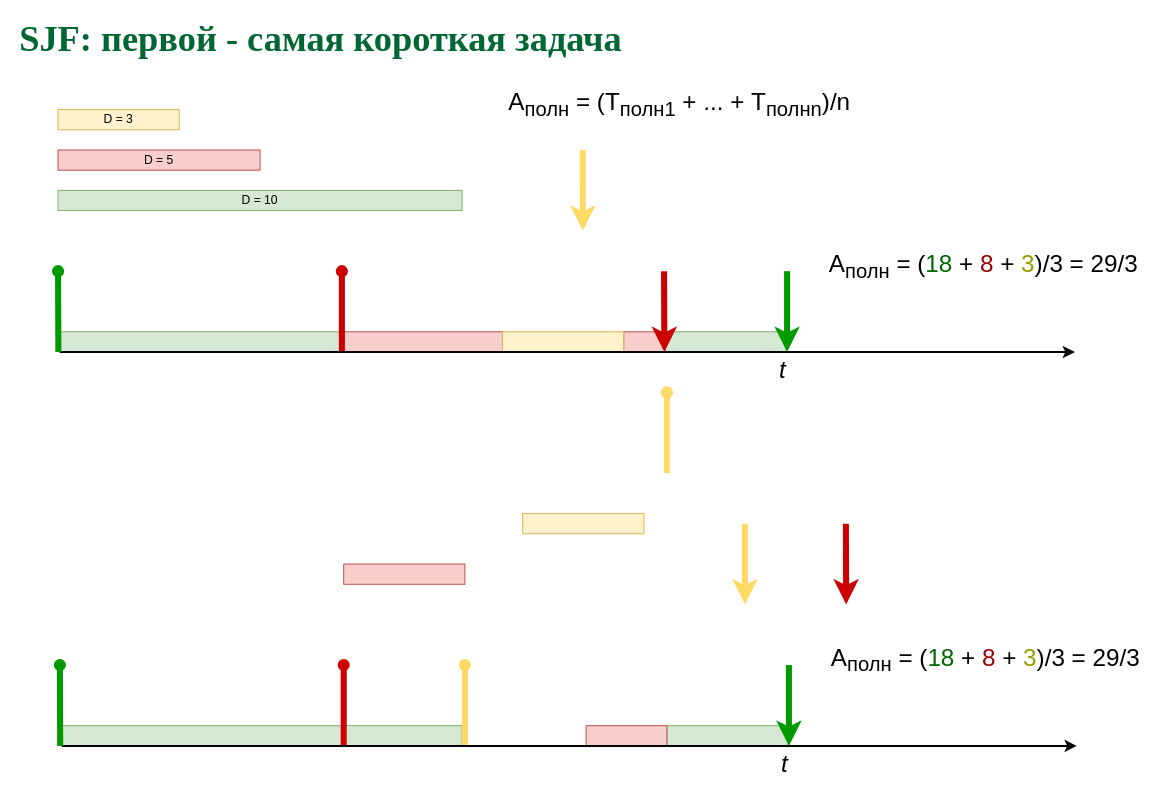
77maxikov/os_course keeps this draw.io diagram as page "STCF" (8 of 10) of slides/sched.drawio. Above is the earlier version. Source tidied: cells renumbered, new cells numbered last; positions are measured from the earlier drawing's top-left corner, leaving out a move shared by most shapes. Both pictures are drawn from the tidied source at 101%, with x=0, y=0 at pixel (17, 28).
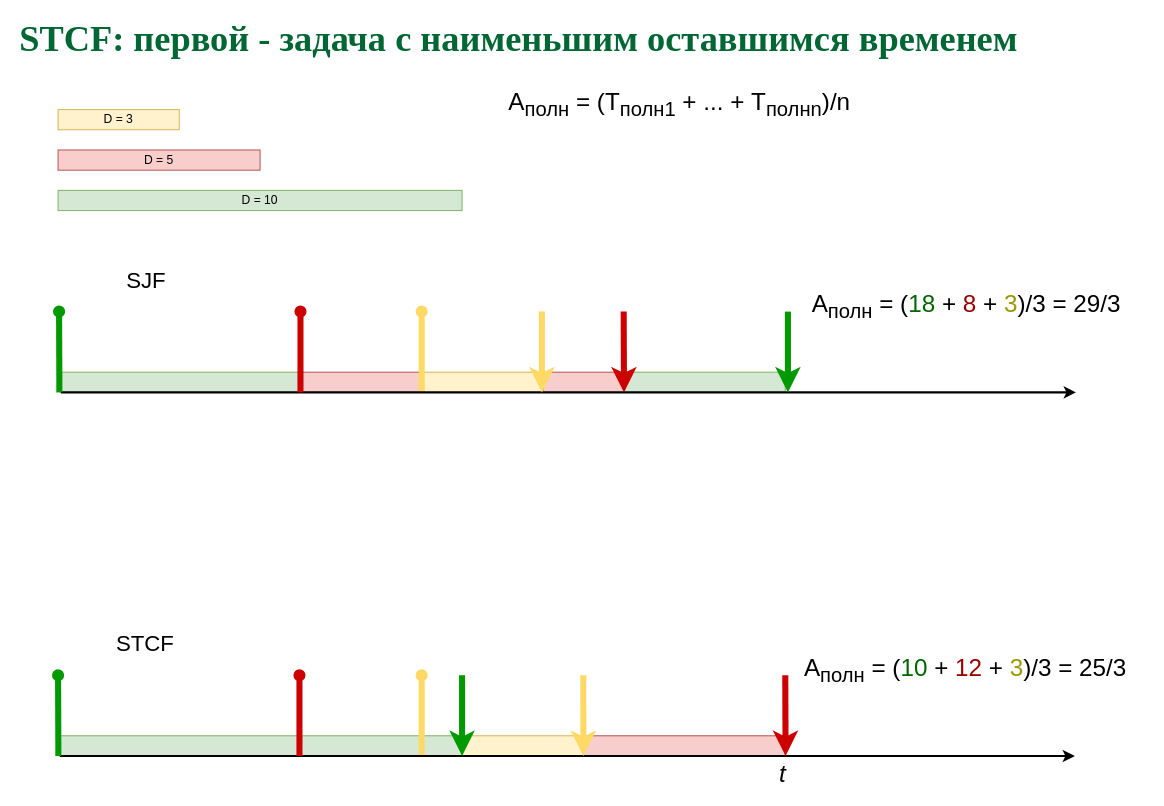
Above is the later version.

What changed in the source:
```diff
@@
-    <mxCell id="2" style="rounded=0;whiteSpace=wrap;html=1;fillColor=#d5e8d4;strokeColor=#82b366;" parent="1" vertex="1">
-      <mxGeometry x="642.8" y="690" width="120" height="20" as="geometry" />
-    </mxCell>
-    <mxCell id="3" style="rounded=0;whiteSpace=wrap;html=1;fillColor=#f8cecc;strokeColor=#b85450;" parent="1" vertex="1">
-      <mxGeometry x="562.8" y="690" width="80" height="20" as="geometry" />
-    </mxCell>
+    <mxCell id="35" style="rounded=0;whiteSpace=wrap;html=1;fillColor=#d5e8d4;strokeColor=#82b366;" parent="1" vertex="1">
+      <mxGeometry x="601" y="340" width="159" height="20" as="geometry" />
+    </mxCell>
-    <mxCell id="4" value="&lt;font color=&quot;#006633&quot; face=&quot;Garamond&quot;&gt;&lt;span style=&quot;font-size: 36px&quot;&gt;&lt;b&gt;SJF: первой - самая короткая задача&lt;/b&gt;&lt;/span&gt;&lt;/font&gt;" style="text;html=1;align=left;verticalAlign=middle;whiteSpace=wrap;rounded=0;" parent="1" vertex="1">
-      <mxGeometry width="920" height="20" as="geometry" />
+    <mxCell id="4" value="&lt;font color=&quot;#006633&quot; face=&quot;Garamond&quot;&gt;&lt;span style=&quot;font-size: 36px&quot;&gt;&lt;b&gt;STCF: первой - задача с наименьшим оставшимся временем&lt;/b&gt;&lt;/span&gt;&lt;/font&gt;" style="text;html=1;align=left;verticalAlign=middle;whiteSpace=wrap;rounded=0;" parent="1" vertex="1">
+      <mxGeometry width="1060" height="20" as="geometry" />
     </mxCell>
@@
-    <mxCell id="9" style="rounded=0;whiteSpace=wrap;html=1;fillColor=#d5e8d4;strokeColor=#82b366;" parent="1" vertex="1">
-      <mxGeometry x="42.8" y="690" width="397.2" height="20" as="geometry" />
-    </mxCell>
-    <mxCell id="10" style="rounded=0;whiteSpace=wrap;html=1;fillColor=#f8cecc;strokeColor=#b85450;" parent="1" vertex="1">
-      <mxGeometry x="322.8" y="530" width="120" height="20" as="geometry" />
-    </mxCell>
-    <mxCell id="11" style="rounded=0;whiteSpace=wrap;html=1;fillColor=#fff2cc;strokeColor=#d6b656;" parent="1" vertex="1">
-      <mxGeometry x="500" y="480" width="120" height="20" as="geometry" />
-    </mxCell>
-    <mxCell id="12" style="endArrow=oval;html=1;strokeWidth=6;endFill=1;strokeColor=#FFD966;" parent="1" edge="1">
-      <mxGeometry relative="1" as="geometry">
-        <mxPoint x="442.8" y="710" as="sourcePoint" />
-        <mxPoint x="442.8" y="630" as="targetPoint" />
-      </mxGeometry>
-    </mxCell>
-    <mxCell id="13" style="endArrow=oval;html=1;strokeWidth=6;endFill=1;strokeColor=#CC0000;" parent="1" edge="1">
-      <mxGeometry relative="1" as="geometry">
-        <mxPoint x="322.8" y="710" as="sourcePoint" />
-        <mxPoint x="322.8" y="630" as="targetPoint" />
-      </mxGeometry>
-    </mxCell>
-    <mxCell id="14" style="endArrow=classic;html=1;strokeWidth=2;" parent="1" edge="1">
-      <mxGeometry relative="1" as="geometry">
-        <mxPoint x="43.6" y="710" as="sourcePoint" />
-        <mxPoint x="1048.6" y="710" as="targetPoint" />
-      </mxGeometry>
-    </mxCell>
-    <mxCell id="15" style="endArrow=oval;html=1;strokeWidth=6;strokeColor=#009900;endFill=1;" parent="1" edge="1">
-      <mxGeometry relative="1" as="geometry">
-        <mxPoint x="42.1" y="710" as="sourcePoint" />
-        <mxPoint x="41.8" y="630" as="targetPoint" />
-      </mxGeometry>
-    </mxCell>
-    <mxCell id="16" value="&lt;i&gt;&lt;font style=&quot;font-size: 24px&quot;&gt;t&lt;/font&gt;&lt;/i&gt;" style="text;html=1;align=center;verticalAlign=middle;" parent="1" vertex="1">
-      <mxGeometry x="748.6" y="718" width="20" height="20" as="geometry" />
-    </mxCell>
-    <mxCell id="17" style="endArrow=classic;html=1;strokeWidth=6;entryX=1;entryY=1;entryDx=0;entryDy=0;strokeColor=#FFD966;" parent="1" edge="1">
-      <mxGeometry relative="1" as="geometry">
-        <mxPoint x="720" y="490" as="sourcePoint" />
-        <mxPoint x="720.1" y="570" as="targetPoint" />
-      </mxGeometry>
-    </mxCell>
-    <mxCell id="18" value="&lt;font style=&quot;font-size: 24px&quot;&gt;А&lt;sub&gt;полн&lt;/sub&gt; = &lt;/font&gt;&lt;font style=&quot;font-size: 24px&quot;&gt;(&lt;font color=&quot;#006600&quot;&gt;18&lt;/font&gt;&lt;/font&gt;&lt;font style=&quot;font-size: 24px&quot;&gt;&lt;font style=&quot;font-size: 24px&quot;&gt;&amp;nbsp;&lt;/font&gt;&lt;span style=&quot;font-size: 24px&quot;&gt;+&amp;nbsp;&lt;font color=&quot;#990000&quot;&gt;8&amp;nbsp;&lt;/font&gt;+&amp;nbsp;&lt;font color=&quot;#999900&quot;&gt;3&lt;/font&gt;&lt;/span&gt;&lt;span style=&quot;font-size: 24px&quot;&gt;)/3 = 29/3&lt;/span&gt;&lt;/font&gt;" style="text;html=1;align=center;verticalAlign=middle;" parent="1" vertex="1">
-      <mxGeometry x="797.6" y="610" width="320" height="30" as="geometry" />
-    </mxCell>
-    <mxCell id="19" style="endArrow=classic;html=1;strokeWidth=6;strokeColor=#009900;" parent="1" edge="1">
-      <mxGeometry relative="1" as="geometry">
-        <mxPoint x="763.6" y="630" as="sourcePoint" />
-        <mxPoint x="763.6" y="710" as="targetPoint" />
-      </mxGeometry>
-    </mxCell>
-    <mxCell id="20" style="endArrow=classic;html=1;strokeWidth=6;strokeColor=#CC0000;" parent="1" edge="1">
-      <mxGeometry relative="1" as="geometry">
-        <mxPoint x="820" y="490" as="sourcePoint" />
-        <mxPoint x="820.3" y="570" as="targetPoint" />
-      </mxGeometry>
-    </mxCell>
-    <mxCell id="21" style="rounded=0;whiteSpace=wrap;html=1;fillColor=#d5e8d4;strokeColor=#82b366;" parent="1" vertex="1">
-      <mxGeometry x="641" y="300" width="120" height="20" as="geometry" />
-    </mxCell>
-    <mxCell id="22" style="rounded=0;whiteSpace=wrap;html=1;fillColor=#f8cecc;strokeColor=#b85450;" parent="1" vertex="1">
-      <mxGeometry x="600" y="300" width="41" height="20" as="geometry" />
-    </mxCell>
-    <mxCell id="23" style="rounded=0;whiteSpace=wrap;html=1;fillColor=#d5e8d4;strokeColor=#82b366;" parent="1" vertex="1">
-      <mxGeometry x="41" y="300" width="280" height="20" as="geometry" />
-    </mxCell>
-    <mxCell id="24" style="rounded=0;whiteSpace=wrap;html=1;fillColor=#f8cecc;strokeColor=#b85450;" parent="1" vertex="1">
-      <mxGeometry x="321" y="300" width="159" height="20" as="geometry" />
-    </mxCell>
-    <mxCell id="25" style="rounded=0;whiteSpace=wrap;html=1;fillColor=#fff2cc;strokeColor=#d6b656;" parent="1" vertex="1">
-      <mxGeometry x="480" y="300" width="120" height="20" as="geometry" />
-    </mxCell>
-    <mxCell id="26" style="endArrow=oval;html=1;strokeWidth=6;endFill=1;strokeColor=#FFD966;" parent="1" edge="1">
-      <mxGeometry relative="1" as="geometry">
-        <mxPoint x="642.8" y="440" as="sourcePoint" />
-        <mxPoint x="642.8" y="360" as="targetPoint" />
-      </mxGeometry>
-    </mxCell>
-    <mxCell id="27" style="endArrow=oval;html=1;strokeWidth=6;endFill=1;strokeColor=#CC0000;" parent="1" edge="1">
-      <mxGeometry relative="1" as="geometry">
-        <mxPoint x="321" y="320" as="sourcePoint" />
-        <mxPoint x="321" y="240" as="targetPoint" />
-      </mxGeometry>
-    </mxCell>
-    <mxCell id="28" style="endArrow=classic;html=1;strokeWidth=2;" parent="1" edge="1">
-      <mxGeometry relative="1" as="geometry">
-        <mxPoint x="41.8" y="320" as="sourcePoint" />
-        <mxPoint x="1046.8" y="320" as="targetPoint" />
-      </mxGeometry>
-    </mxCell>
-    <mxCell id="29" style="endArrow=oval;html=1;strokeWidth=6;strokeColor=#009900;endFill=1;" parent="1" edge="1">
-      <mxGeometry relative="1" as="geometry">
-        <mxPoint x="40.3" y="320" as="sourcePoint" />
-        <mxPoint x="40" y="240" as="targetPoint" />
-      </mxGeometry>
-    </mxCell>
-    <mxCell id="30" value="&lt;i&gt;&lt;font style=&quot;font-size: 24px&quot;&gt;t&lt;/font&gt;&lt;/i&gt;" style="text;html=1;align=center;verticalAlign=middle;" parent="1" vertex="1">
-      <mxGeometry x="746.8" y="328" width="20" height="20" as="geometry" />
-    </mxCell>
-    <mxCell id="31" style="endArrow=classic;html=1;strokeWidth=6;entryX=1;entryY=1;entryDx=0;entryDy=0;strokeColor=#FFD966;" parent="1" edge="1">
-      <mxGeometry relative="1" as="geometry">
-        <mxPoint x="559.5" y="120" as="sourcePoint" />
-        <mxPoint x="559.6" y="200" as="targetPoint" />
-      </mxGeometry>
-    </mxCell>
-    <mxCell id="32" value="&lt;font style=&quot;font-size: 24px&quot;&gt;А&lt;sub&gt;полн&lt;/sub&gt; = &lt;/font&gt;&lt;font style=&quot;font-size: 24px&quot;&gt;(&lt;font color=&quot;#006600&quot;&gt;18&lt;/font&gt;&lt;/font&gt;&lt;font style=&quot;font-size: 24px&quot;&gt;&lt;font style=&quot;font-size: 24px&quot;&gt;&amp;nbsp;&lt;/font&gt;&lt;span style=&quot;font-size: 24px&quot;&gt;+&amp;nbsp;&lt;font color=&quot;#990000&quot;&gt;8&amp;nbsp;&lt;/font&gt;+&amp;nbsp;&lt;font color=&quot;#999900&quot;&gt;3&lt;/font&gt;&lt;/span&gt;&lt;span style=&quot;font-size: 24px&quot;&gt;)/3 = 29/3&lt;/span&gt;&lt;/font&gt;" style="text;html=1;align=center;verticalAlign=middle;" parent="1" vertex="1">
-      <mxGeometry x="795.8" y="220" width="320" height="30" as="geometry" />
-    </mxCell>
-    <mxCell id="33" style="endArrow=classic;html=1;strokeWidth=6;strokeColor=#009900;" parent="1" edge="1">
-      <mxGeometry relative="1" as="geometry">
-        <mxPoint x="761.8" y="240" as="sourcePoint" />
-        <mxPoint x="761.8" y="320" as="targetPoint" />
-      </mxGeometry>
-    </mxCell>
-    <mxCell id="34" style="endArrow=classic;html=1;strokeWidth=6;strokeColor=#CC0000;" parent="1" edge="1">
-      <mxGeometry relative="1" as="geometry">
-        <mxPoint x="640" y="240" as="sourcePoint" />
-        <mxPoint x="640.3" y="320" as="targetPoint" />
-      </mxGeometry>
-    </mxCell>
+    <mxCell id="36" style="rounded=0;whiteSpace=wrap;html=1;fillColor=#d5e8d4;strokeColor=#82b366;" parent="1" vertex="1">
+      <mxGeometry x="41" y="700" width="399" height="20" as="geometry" />
+    </mxCell>
+    <mxCell id="37" style="rounded=0;whiteSpace=wrap;html=1;fillColor=#f8cecc;strokeColor=#b85450;" parent="1" vertex="1">
+      <mxGeometry x="560" y="700" width="200" height="20" as="geometry" />
+    </mxCell>
+    <mxCell id="38" style="rounded=0;whiteSpace=wrap;html=1;fillColor=#fff2cc;strokeColor=#d6b656;" parent="1" vertex="1">
+      <mxGeometry x="440" y="700" width="120" height="20" as="geometry" />
+    </mxCell>
+    <mxCell id="39" style="endArrow=oval;html=1;strokeWidth=6;endFill=1;strokeColor=#FFD966;" parent="1" edge="1">
+      <mxGeometry relative="1" as="geometry">
+        <mxPoint x="400" y="720" as="sourcePoint" />
+        <mxPoint x="400" y="640" as="targetPoint" />
+      </mxGeometry>
+    </mxCell>
+    <mxCell id="40" style="endArrow=classic;html=1;strokeWidth=2;" parent="1" edge="1">
+      <mxGeometry relative="1" as="geometry">
+        <mxPoint x="41.8" y="720" as="sourcePoint" />
+        <mxPoint x="1046.8" y="720" as="targetPoint" />
+      </mxGeometry>
+    </mxCell>
+    <mxCell id="41" style="endArrow=oval;html=1;strokeWidth=6;strokeColor=#009900;endFill=1;" parent="1" edge="1">
+      <mxGeometry relative="1" as="geometry">
+        <mxPoint x="40.3" y="720" as="sourcePoint" />
+        <mxPoint x="40" y="640" as="targetPoint" />
+      </mxGeometry>
+    </mxCell>
+    <mxCell id="42" value="&lt;i&gt;&lt;font style=&quot;font-size: 24px&quot;&gt;t&lt;/font&gt;&lt;/i&gt;" style="text;html=1;align=center;verticalAlign=middle;" parent="1" vertex="1">
+      <mxGeometry x="746.8" y="728" width="20" height="20" as="geometry" />
+    </mxCell>
+    <mxCell id="43" style="endArrow=classic;html=1;strokeWidth=6;entryX=1;entryY=1;entryDx=0;entryDy=0;strokeColor=#FFD966;" parent="1" edge="1">
+      <mxGeometry relative="1" as="geometry">
+        <mxPoint x="560" y="640" as="sourcePoint" />
+        <mxPoint x="560.1" y="720" as="targetPoint" />
+      </mxGeometry>
+    </mxCell>
+    <mxCell id="44" value="&lt;font style=&quot;font-size: 24px&quot;&gt;А&lt;sub&gt;полн&lt;/sub&gt; = &lt;/font&gt;&lt;font style=&quot;font-size: 24px&quot;&gt;(&lt;font color=&quot;#006600&quot;&gt;10&lt;/font&gt;&lt;/font&gt;&lt;font style=&quot;font-size: 24px&quot;&gt;&lt;font style=&quot;font-size: 24px&quot;&gt;&amp;nbsp;&lt;/font&gt;&lt;span style=&quot;font-size: 24px&quot;&gt;+ &lt;font color=&quot;#990000&quot;&gt;12&amp;nbsp;&lt;/font&gt;+ &lt;font color=&quot;#999900&quot;&gt;3&lt;/font&gt;&lt;/span&gt;&lt;span style=&quot;font-size: 24px&quot;&gt;)/3 = 25/3&lt;/span&gt;&lt;/font&gt;" style="text;html=1;align=center;verticalAlign=middle;" parent="1" vertex="1">
+      <mxGeometry x="772.6" y="620" width="330" height="30" as="geometry" />
+    </mxCell>
+    <mxCell id="45" style="endArrow=classic;html=1;strokeWidth=6;strokeColor=#009900;" parent="1" edge="1">
+      <mxGeometry relative="1" as="geometry">
+        <mxPoint x="440" y="640" as="sourcePoint" />
+        <mxPoint x="440" y="720" as="targetPoint" />
+      </mxGeometry>
+    </mxCell>
+    <mxCell id="46" style="endArrow=classic;html=1;strokeWidth=6;strokeColor=#CC0000;" parent="1" edge="1">
+      <mxGeometry relative="1" as="geometry">
+        <mxPoint x="760" y="640" as="sourcePoint" />
+        <mxPoint x="760.3" y="720" as="targetPoint" />
+      </mxGeometry>
+    </mxCell>
+    <mxCell id="47" style="endArrow=oval;html=1;strokeWidth=6;endFill=1;strokeColor=#CC0000;" parent="1" edge="1">
+      <mxGeometry relative="1" as="geometry">
+        <mxPoint x="279" y="720" as="sourcePoint" />
+        <mxPoint x="279" y="640" as="targetPoint" />
+      </mxGeometry>
+    </mxCell>
+    <mxCell id="48" value="&lt;font style=&quot;font-size: 22px&quot;&gt;STCF&lt;/font&gt;" style="text;html=1;align=center;verticalAlign=middle;" parent="1" vertex="1">
+      <mxGeometry x="91" y="600" width="70" height="20" as="geometry" />
+    </mxCell>
+    <mxCell id="49" style="rounded=0;whiteSpace=wrap;html=1;fillColor=#f8cecc;strokeColor=#b85450;" parent="1" vertex="1">
+      <mxGeometry x="520" y="340" width="80" height="20" as="geometry" />
+    </mxCell>
+    <mxCell id="50" style="rounded=0;whiteSpace=wrap;html=1;fillColor=#d5e8d4;strokeColor=#82b366;" parent="1" vertex="1">
+      <mxGeometry x="42" y="340" width="238" height="20" as="geometry" />
+    </mxCell>
+    <mxCell id="51" style="rounded=0;whiteSpace=wrap;html=1;fillColor=#f8cecc;strokeColor=#b85450;" parent="1" vertex="1">
+      <mxGeometry x="280" y="340" width="120" height="20" as="geometry" />
+    </mxCell>
+    <mxCell id="52" style="rounded=0;whiteSpace=wrap;html=1;fillColor=#fff2cc;strokeColor=#d6b656;" parent="1" vertex="1">
+      <mxGeometry x="400" y="340" width="120" height="20" as="geometry" />
+    </mxCell>
+    <mxCell id="53" style="endArrow=oval;html=1;strokeWidth=6;endFill=1;strokeColor=#FFD966;" parent="1" edge="1">
+      <mxGeometry relative="1" as="geometry">
+        <mxPoint x="400" y="360" as="sourcePoint" />
+        <mxPoint x="400" y="280" as="targetPoint" />
+      </mxGeometry>
+    </mxCell>
+    <mxCell id="54" style="endArrow=classic;html=1;strokeWidth=2;" parent="1" edge="1">
+      <mxGeometry relative="1" as="geometry">
+        <mxPoint x="42.8" y="360" as="sourcePoint" />
+        <mxPoint x="1047.8" y="360" as="targetPoint" />
+      </mxGeometry>
+    </mxCell>
+    <mxCell id="55" style="endArrow=oval;html=1;strokeWidth=6;strokeColor=#009900;endFill=1;" parent="1" edge="1">
+      <mxGeometry relative="1" as="geometry">
+        <mxPoint x="41.3" y="360" as="sourcePoint" />
+        <mxPoint x="41" y="280" as="targetPoint" />
+      </mxGeometry>
+    </mxCell>
+    <mxCell id="56" style="endArrow=classic;html=1;strokeWidth=6;entryX=1;entryY=1;entryDx=0;entryDy=0;strokeColor=#FFD966;" parent="1" edge="1">
+      <mxGeometry relative="1" as="geometry">
+        <mxPoint x="519" y="280" as="sourcePoint" />
+        <mxPoint x="519.1" y="360" as="targetPoint" />
+      </mxGeometry>
+    </mxCell>
+    <mxCell id="57" value="&lt;font style=&quot;font-size: 24px&quot;&gt;А&lt;sub&gt;полн&lt;/sub&gt; = &lt;/font&gt;&lt;font style=&quot;font-size: 24px&quot;&gt;(&lt;font color=&quot;#006600&quot;&gt;18&lt;/font&gt;&lt;/font&gt;&lt;font style=&quot;font-size: 24px&quot;&gt;&lt;font style=&quot;font-size: 24px&quot;&gt;&amp;nbsp;&lt;/font&gt;&lt;span style=&quot;font-size: 24px&quot;&gt;+ &lt;font color=&quot;#990000&quot;&gt;8&amp;nbsp;&lt;/font&gt;+ &lt;font color=&quot;#999900&quot;&gt;3&lt;/font&gt;&lt;/span&gt;&lt;span style=&quot;font-size: 24px&quot;&gt;)/3 = 29/3&lt;/span&gt;&lt;/font&gt;" style="text;html=1;align=center;verticalAlign=middle;" parent="1" vertex="1">
+      <mxGeometry x="778.6" y="260" width="320" height="30" as="geometry" />
+    </mxCell>
+    <mxCell id="58" style="endArrow=classic;html=1;strokeWidth=6;strokeColor=#009900;" parent="1" edge="1">
+      <mxGeometry relative="1" as="geometry">
+        <mxPoint x="762.6" y="280" as="sourcePoint" />
+        <mxPoint x="762.6" y="360" as="targetPoint" />
+      </mxGeometry>
+    </mxCell>
+    <mxCell id="59" style="endArrow=classic;html=1;strokeWidth=6;strokeColor=#CC0000;" parent="1" edge="1">
+      <mxGeometry relative="1" as="geometry">
+        <mxPoint x="600" y="280" as="sourcePoint" />
+        <mxPoint x="600.3" y="360" as="targetPoint" />
+      </mxGeometry>
+    </mxCell>
+    <mxCell id="60" style="endArrow=oval;html=1;strokeWidth=6;endFill=1;strokeColor=#CC0000;" parent="1" edge="1">
+      <mxGeometry relative="1" as="geometry">
+        <mxPoint x="280" y="360" as="sourcePoint" />
+        <mxPoint x="280" y="280" as="targetPoint" />
+      </mxGeometry>
+    </mxCell>
+    <mxCell id="61" value="&lt;font style=&quot;font-size: 22px&quot;&gt;SJF&lt;/font&gt;" style="text;html=1;align=center;verticalAlign=middle;" parent="1" vertex="1">
+      <mxGeometry x="102" y="240" width="50" height="20" as="geometry" />
+    </mxCell>
```
